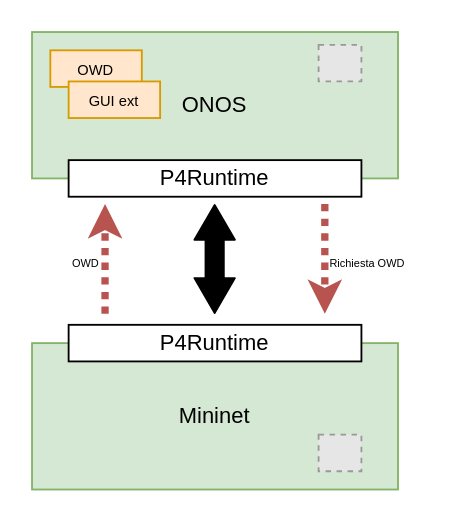
alsadiamir/p4Thesis2021 keeps this draw.io diagram as page "Container comunicanti" (3 of 6) of misc/thesis.drawio. Above is the earlier version. Source tidied: cells renumbered, new cells numbered last; positions are measured from the earlier drawing's top-left corner, leaving out a move shared by most shapes. Both pictures are drawn from the tidied source at 183%, with x=0, y=0 at pixel (31, 31). Pictures stored in the file or linked from it are replaced by grey dashed boxes.
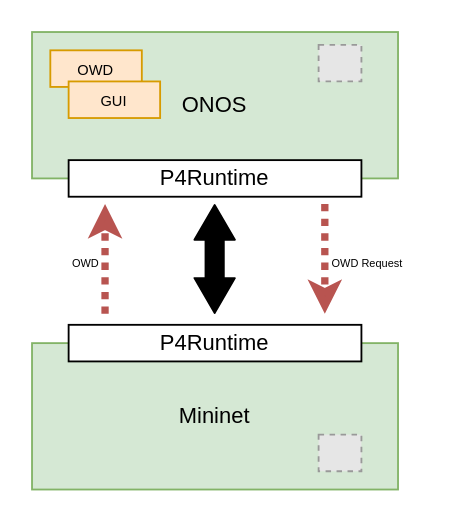
Above is the later version.

Diff of the diagram source:
```diff
@@
 <mxGraphModel>
   <root>
     <mxCell id="0" />
     <mxCell id="1" parent="0" />
     <mxCell id="2" value="ONOS" style="rounded=0;whiteSpace=wrap;html=1;fillColor=#d5e8d4;strokeColor=#82b366;" parent="1" vertex="1">
       <mxGeometry width="200" height="80" as="geometry" />
     </mxCell>
     <mxCell id="3" value="Mininet" style="rounded=0;whiteSpace=wrap;html=1;fillColor=#d5e8d4;strokeColor=#82b366;" parent="1" vertex="1">
       <mxGeometry y="170" width="200" height="80" as="geometry" />
     </mxCell>
     <mxCell id="4" style="shape=flexArrow;endArrow=classic;startArrow=classic;html=1;endSize=6;fillColor=#000000;startSize=6;endWidth=11.129032258064516;startWidth=11.129032258064516;strokeWidth=1;" parent="1" edge="1">
       <mxGeometry relative="1" as="geometry">
         <mxPoint x="99.8" y="154" as="sourcePoint" />
         <mxPoint x="99.8" y="94" as="targetPoint" />
       </mxGeometry>
     </mxCell>
     <mxCell id="5" value="P4Runtime" style="rounded=0;whiteSpace=wrap;html=1;" parent="1" vertex="1">
       <mxGeometry x="20" y="70" width="160" height="20" as="geometry" />
     </mxCell>
     <mxCell id="6" value="P4Runtime" style="rounded=0;whiteSpace=wrap;html=1;" parent="1" vertex="1">
       <mxGeometry x="20" y="160" width="160" height="20" as="geometry" />
     </mxCell>
     <mxCell id="7" value="&lt;p&gt;&lt;font style=&quot;font-size: 8px&quot;&gt;OWD&lt;/font&gt;&lt;/p&gt;" style="rounded=0;whiteSpace=wrap;html=1;fillColor=#ffe6cc;strokeColor=#d79b00;" parent="1" vertex="1">
       <mxGeometry x="10" y="10" width="50" height="20" as="geometry" />
     </mxCell>
-    <mxCell id="8" value="&lt;p&gt;&lt;span style=&quot;font-size: 8px&quot;&gt;GUI ext&lt;/span&gt;&lt;/p&gt;" style="rounded=0;whiteSpace=wrap;html=1;fillColor=#ffe6cc;strokeColor=#d79b00;" parent="1" vertex="1">
+    <mxCell id="8" value="&lt;p&gt;&lt;span style=&quot;font-size: 8px&quot;&gt;GUI&lt;/span&gt;&lt;/p&gt;" style="rounded=0;whiteSpace=wrap;html=1;fillColor=#ffe6cc;strokeColor=#d79b00;" parent="1" vertex="1">
       <mxGeometry x="20" y="27" width="50" height="20" as="geometry" />
     </mxCell>
     <mxCell id="9" style="endArrow=classic;html=1;strokeWidth=4;fillColor=#f8cecc;strokeColor=#b85450;dashed=1;dashPattern=1 1;" parent="1" edge="1">
       <mxGeometry relative="1" as="geometry">
         <mxPoint x="160" y="94" as="sourcePoint" />
         <mxPoint x="160" y="154" as="targetPoint" />
       </mxGeometry>
     </mxCell>
     <mxCell id="10" style="endArrow=classic;html=1;strokeWidth=4;fillColor=#f8cecc;strokeColor=#b85450;dashed=1;dashPattern=1 1;" parent="1" edge="1">
       <mxGeometry relative="1" as="geometry">
         <mxPoint x="39.9" y="154" as="sourcePoint" />
         <mxPoint x="39.9" y="94" as="targetPoint" />
       </mxGeometry>
     </mxCell>
-    <mxCell id="11" value="&lt;span style=&quot;font-size: 6px&quot;&gt;Richiesta OWD&lt;br&gt;&lt;/span&gt;" style="text;html=1;align=center;verticalAlign=middle;" parent="1" vertex="1">
-      <mxGeometry x="153" y="115" width="60" height="20" as="geometry" />
+    <mxCell id="11" value="&lt;span style=&quot;font-size: 6px&quot;&gt;OWD Request&lt;br&gt;&lt;/span&gt;" style="text;html=1;align=center;verticalAlign=middle;" parent="1" vertex="1">
+      <mxGeometry x="158" y="115" width="50" height="20" as="geometry" />
     </mxCell>
     <mxCell id="12" value="&lt;span style=&quot;font-size: 6px&quot;&gt;OWD&amp;nbsp;&lt;br&gt;&lt;/span&gt;" style="text;html=1;align=center;verticalAlign=middle;" parent="1" vertex="1">
       <mxGeometry x="15" y="115" width="30" height="20" as="geometry" />
     </mxCell>
     <mxCell id="13" style="fillColor=#E6E6E6;strokeColor=#999999;dashed=1;verticalLabelPosition=bottom;labelBackgroundColor=#ffffff;verticalAlign=top;" parent="1" vertex="1">
       <mxGeometry x="156.6" y="220" width="23.4" height="20" as="geometry" />
     </mxCell>
     <mxCell id="14" style="fillColor=#E6E6E6;strokeColor=#999999;dashed=1;verticalLabelPosition=bottom;labelBackgroundColor=#ffffff;verticalAlign=top;" parent="1" vertex="1">
       <mxGeometry x="156.6" y="7" width="23.4" height="20" as="geometry" />
     </mxCell>
   </root>
 </mxGraphModel>
```
